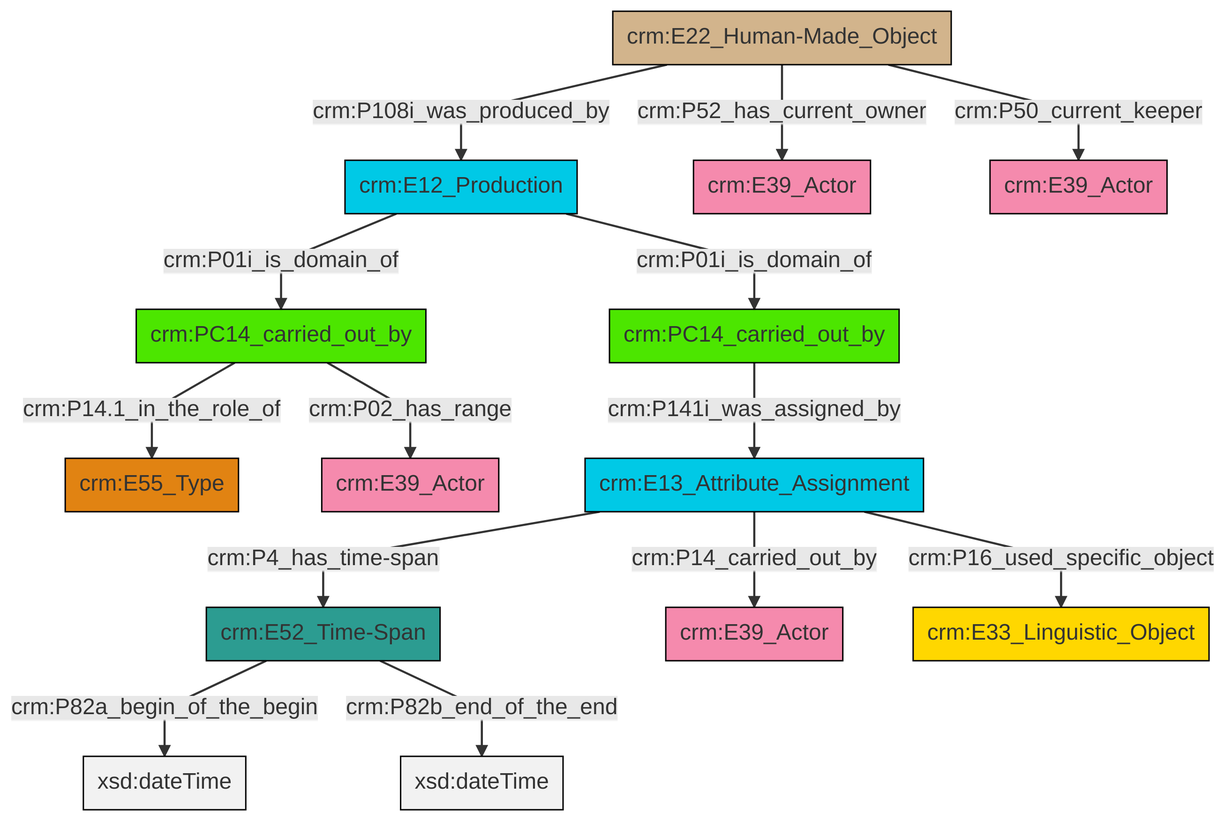
This is et/carrierCSV/ttl/mmd/png/carrier_relations.png from swiss-art-research-net/docs.swissartresearch, a Mermaid export, as it was before one commit. Its source is kept beside it as et/carrierCSV/ttl/mmd/carrier_relations.ttl.mmd.
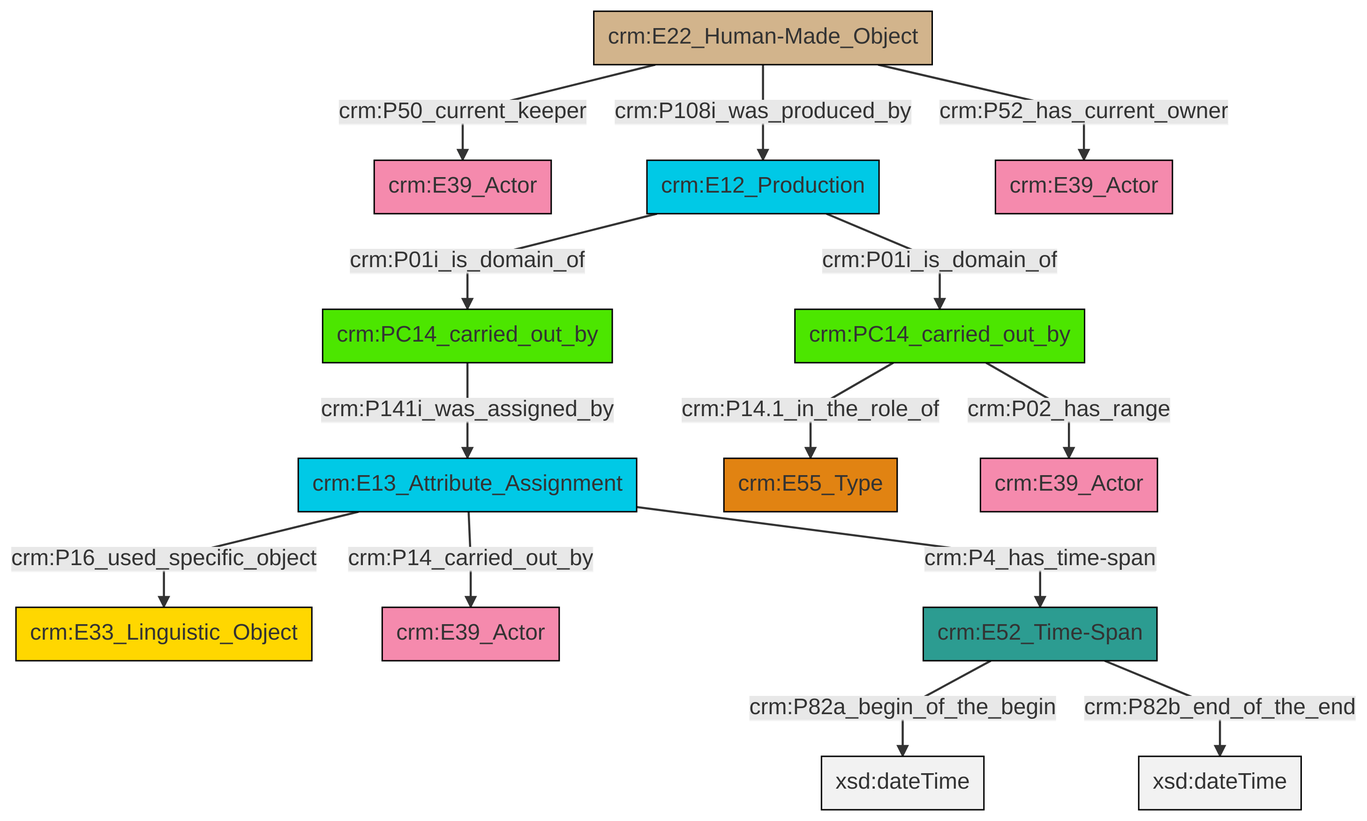
After the commit.

What changed in the source:
```diff
@@ -13,16 +13,16 @@
 classDef PC_Classes fill:#4ce600, stroke:#000000;
 classDef Multi fill:#cccccc,stroke:#000000;
 
+0["crm:E13_Attribute_Assignment"]:::Temporal_Entity -->|crm:P16_used_specific_object| 1["crm:E33_Linguistic_Object"]:::Conceptual_Object
 2["crm:PC14_carried_out_by"]:::PC_Classes -->|crm:P14.1_in_the_role_of| 3["crm:E55_Type"]:::Type
-4["crm:E52_Time-Span"]:::Time-Span -->|crm:P82a_begin_of_the_begin| 5[xsd:dateTime]:::Literal
-6["crm:E13_Attribute_Assignment"]:::Temporal_Entity -->|crm:P4_has_time-span| 4["crm:E52_Time-Span"]:::Time-Span
-7["crm:E22_Human-Made_Object"]:::Physical_Thing -->|crm:P108i_was_produced_by| 8["crm:E12_Production"]:::Temporal_Entity
-2["crm:PC14_carried_out_by"]:::PC_Classes -->|crm:P02_has_range| 9["crm:E39_Actor"]:::Actor
-8["crm:E12_Production"]:::Temporal_Entity -->|crm:P01i_is_domain_of| 2["crm:PC14_carried_out_by"]:::PC_Classes
-6["crm:E13_Attribute_Assignment"]:::Temporal_Entity -->|crm:P14_carried_out_by| 13["crm:E39_Actor"]:::Actor
-7["crm:E22_Human-Made_Object"]:::Physical_Thing -->|crm:P52_has_current_owner| 15["crm:E39_Actor"]:::Actor
-7["crm:E22_Human-Made_Object"]:::Physical_Thing -->|crm:P50_current_keeper| 18["crm:E39_Actor"]:::Actor
-20["crm:PC14_carried_out_by"]:::PC_Classes -->|crm:P141i_was_assigned_by| 6["crm:E13_Attribute_Assignment"]:::Temporal_Entity
-4["crm:E52_Time-Span"]:::Time-Span -->|crm:P82b_end_of_the_end| 21[xsd:dateTime]:::Literal
-6["crm:E13_Attribute_Assignment"]:::Temporal_Entity -->|crm:P16_used_specific_object| 0["crm:E33_Linguistic_Object"]:::Conceptual_Object
-8["crm:E12_Production"]:::Temporal_Entity -->|crm:P01i_is_domain_of| 20["crm:PC14_carried_out_by"]:::PC_Classes
+6["crm:PC14_carried_out_by"]:::PC_Classes -->|crm:P141i_was_assigned_by| 0["crm:E13_Attribute_Assignment"]:::Temporal_Entity
+0["crm:E13_Attribute_Assignment"]:::Temporal_Entity -->|crm:P14_carried_out_by| 4["crm:E39_Actor"]:::Actor
+9["crm:E22_Human-Made_Object"]:::Physical_Thing -->|crm:P108i_was_produced_by| 10["crm:E12_Production"]:::Temporal_Entity
+11["crm:E52_Time-Span"]:::Time-Span -->|crm:P82a_begin_of_the_begin| 12[xsd:dateTime]:::Literal
+10["crm:E12_Production"]:::Temporal_Entity -->|crm:P01i_is_domain_of| 6["crm:PC14_carried_out_by"]:::PC_Classes
+11["crm:E52_Time-Span"]:::Time-Span -->|crm:P82b_end_of_the_end| 16[xsd:dateTime]:::Literal
+10["crm:E12_Production"]:::Temporal_Entity -->|crm:P01i_is_domain_of| 2["crm:PC14_carried_out_by"]:::PC_Classes
+9["crm:E22_Human-Made_Object"]:::Physical_Thing -->|crm:P52_has_current_owner| 14["crm:E39_Actor"]:::Actor
+9["crm:E22_Human-Made_Object"]:::Physical_Thing -->|crm:P50_current_keeper| 7["crm:E39_Actor"]:::Actor
+2["crm:PC14_carried_out_by"]:::PC_Classes -->|crm:P02_has_range| 24["crm:E39_Actor"]:::Actor
+0["crm:E13_Attribute_Assignment"]:::Temporal_Entity -->|crm:P4_has_time-span| 11["crm:E52_Time-Span"]:::Time-Span
```
